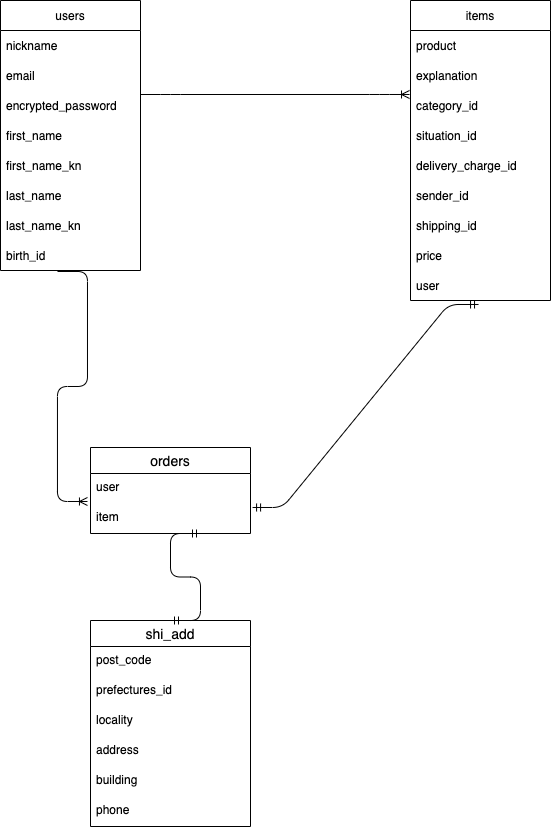
Above: furima.png in TAKUYA34/furima-38247 (draw.io), before the change. Source tidied: cells renumbered, new cells last; positions are measured from the earlier drawing's top-left corner, leaving out a move shared by most shapes. Its diagram source:
```xml
<mxGraphModel>
  <root>
    <mxCell id="0" />
    <mxCell id="1" parent="0" />
    <mxCell id="2" value="items" style="swimlane;fontStyle=0;horizontal=1;startSize=30;" parent="1" vertex="1">
      <mxGeometry x="410" width="140" height="300" as="geometry" />
    </mxCell>
    <mxCell id="3" value="product" style="text;strokeColor=none;fillColor=none;align=left;verticalAlign=middle;spacingLeft=4;spacingRight=4;overflow=hidden;" parent="2" vertex="1">
      <mxGeometry y="30" width="140" height="30" as="geometry" />
    </mxCell>
    <mxCell id="4" value="explanation" style="text;strokeColor=none;fillColor=none;align=left;verticalAlign=middle;spacingLeft=4;spacingRight=4;overflow=hidden;" parent="2" vertex="1">
      <mxGeometry y="60" width="140" height="30" as="geometry" />
    </mxCell>
    <mxCell id="5" value="category_id" style="text;strokeColor=none;fillColor=none;align=left;verticalAlign=middle;spacingLeft=4;spacingRight=4;overflow=hidden;points=[[0,0.5],[1,0.5]];portConstraint=eastwest;" parent="2" vertex="1">
      <mxGeometry y="90" width="140" height="30" as="geometry" />
    </mxCell>
    <mxCell id="6" value="situation_id" style="text;strokeColor=none;fillColor=none;align=left;verticalAlign=middle;spacingLeft=4;spacingRight=4;overflow=hidden;" parent="2" vertex="1">
      <mxGeometry y="120" width="140" height="30" as="geometry" />
    </mxCell>
    <mxCell id="7" value="delivery_charge_id" style="text;strokeColor=none;fillColor=none;align=left;verticalAlign=middle;spacingLeft=4;spacingRight=4;overflow=hidden;" parent="2" vertex="1">
      <mxGeometry y="150" width="140" height="30" as="geometry" />
    </mxCell>
    <mxCell id="8" value="sender_id" style="text;strokeColor=none;fillColor=none;align=left;verticalAlign=middle;spacingLeft=4;spacingRight=4;overflow=hidden;" parent="2" vertex="1">
      <mxGeometry y="180" width="140" height="30" as="geometry" />
    </mxCell>
    <mxCell id="9" value="shipping_id" style="text;strokeColor=none;fillColor=none;align=left;verticalAlign=middle;spacingLeft=4;spacingRight=4;overflow=hidden;" parent="2" vertex="1">
      <mxGeometry y="210" width="140" height="30" as="geometry" />
    </mxCell>
    <mxCell id="10" value="price" style="text;strokeColor=none;fillColor=none;align=left;verticalAlign=middle;spacingLeft=4;spacingRight=4;overflow=hidden;" parent="2" vertex="1">
      <mxGeometry y="240" width="140" height="30" as="geometry" />
    </mxCell>
    <mxCell id="11" value="user" style="text;strokeColor=none;fillColor=none;align=left;verticalAlign=middle;spacingLeft=4;spacingRight=4;overflow=hidden;points=[[0,0.5],[1,0.5]];portConstraint=eastwest;" parent="2" vertex="1">
      <mxGeometry y="270" width="140" height="30" as="geometry" />
    </mxCell>
    <mxCell id="12" value="users" style="swimlane;fontStyle=0;horizontal=1;startSize=30;" parent="1" vertex="1">
      <mxGeometry width="140" height="270" as="geometry" />
    </mxCell>
    <mxCell id="13" value="nickname" style="text;strokeColor=none;fillColor=none;align=left;verticalAlign=middle;spacingLeft=4;spacingRight=4;overflow=hidden;" parent="12" vertex="1">
      <mxGeometry y="30" width="140" height="30" as="geometry" />
    </mxCell>
    <mxCell id="14" value="email" style="text;strokeColor=none;fillColor=none;align=left;verticalAlign=middle;spacingLeft=4;spacingRight=4;overflow=hidden;" parent="12" vertex="1">
      <mxGeometry y="60" width="140" height="30" as="geometry" />
    </mxCell>
    <mxCell id="15" value="encrypted_password" style="text;strokeColor=none;fillColor=none;align=left;verticalAlign=middle;spacingLeft=4;spacingRight=4;overflow=hidden;" parent="12" vertex="1">
      <mxGeometry y="90" width="140" height="30" as="geometry" />
    </mxCell>
    <mxCell id="16" value="first_name" style="text;strokeColor=none;fillColor=none;align=left;verticalAlign=middle;spacingLeft=4;spacingRight=4;overflow=hidden;" parent="12" vertex="1">
      <mxGeometry y="120" width="140" height="30" as="geometry" />
    </mxCell>
    <mxCell id="17" value="first_name_kn" style="text;strokeColor=none;fillColor=none;align=left;verticalAlign=middle;spacingLeft=4;spacingRight=4;overflow=hidden;" parent="12" vertex="1">
      <mxGeometry y="150" width="140" height="30" as="geometry" />
    </mxCell>
    <mxCell id="18" value="last_name" style="text;strokeColor=none;fillColor=none;align=left;verticalAlign=middle;spacingLeft=4;spacingRight=4;overflow=hidden;" parent="12" vertex="1">
      <mxGeometry y="180" width="140" height="30" as="geometry" />
    </mxCell>
    <mxCell id="19" value="last_name_kn" style="text;strokeColor=none;fillColor=none;align=left;verticalAlign=middle;spacingLeft=4;spacingRight=4;overflow=hidden;" parent="12" vertex="1">
      <mxGeometry y="210" width="140" height="30" as="geometry" />
    </mxCell>
    <mxCell id="20" value="birth_id" style="text;strokeColor=none;fillColor=none;align=left;verticalAlign=middle;spacingLeft=4;spacingRight=4;overflow=hidden;points=[[0,0.5],[1,0.5]];portConstraint=eastwest;" parent="12" vertex="1">
      <mxGeometry y="240" width="140" height="30" as="geometry" />
    </mxCell>
    <mxCell id="21" style="edgeStyle=entityRelationEdgeStyle;fontSize=12;html=1;endArrow=ERoneToMany;entryX=-0.007;entryY=0.133;entryDx=0;entryDy=0;entryPerimeter=0;" parent="1" edge="1" target="5">
      <mxGeometry relative="1" as="geometry">
        <mxPoint x="140" y="94" as="sourcePoint" />
      </mxGeometry>
    </mxCell>
    <mxCell id="22" value="orders" style="swimlane;fontStyle=0;horizontal=1;startSize=26;align=center;fontSize=14;" parent="1" vertex="1">
      <mxGeometry x="90" y="447" width="160" height="86" as="geometry" />
    </mxCell>
    <mxCell id="23" value="user" style="text;strokeColor=none;fillColor=none;spacingLeft=4;spacingRight=4;overflow=hidden;fontSize=12;" parent="22" vertex="1">
      <mxGeometry y="26" width="160" height="30" as="geometry" />
    </mxCell>
    <mxCell id="24" value="item" style="text;strokeColor=none;fillColor=none;spacingLeft=4;spacingRight=4;overflow=hidden;points=[[0,0.5],[1,0.5]];portConstraint=eastwest;fontSize=12;" parent="22" vertex="1">
      <mxGeometry y="56" width="160" height="30" as="geometry" />
    </mxCell>
    <mxCell id="25" style="edgeStyle=entityRelationEdgeStyle;fontSize=12;html=1;endArrow=ERoneToMany;exitX=0.407;exitY=1.033;exitDx=0;exitDy=0;exitPerimeter=0;entryX=-0.019;entryY=-0.067;entryDx=0;entryDy=0;entryPerimeter=0;" parent="1" edge="1" source="20" target="24">
      <mxGeometry relative="1" as="geometry" />
    </mxCell>
    <mxCell id="26" style="edgeStyle=entityRelationEdgeStyle;fontSize=12;html=1;endArrow=ERmandOne;startArrow=ERmandOne;entryX=0.486;entryY=1.133;entryDx=0;entryDy=0;entryPerimeter=0;exitX=1.013;exitY=0.133;exitDx=0;exitDy=0;exitPerimeter=0;" parent="1" edge="1" source="24" target="11">
      <mxGeometry relative="1" as="geometry" />
    </mxCell>
    <mxCell id="27" value="shi_add" style="swimlane;fontStyle=0;horizontal=1;startSize=26;align=center;fontSize=14;" parent="1" vertex="1">
      <mxGeometry x="90" y="620" width="160" height="206" as="geometry" />
    </mxCell>
    <mxCell id="28" value="post_code" style="text;strokeColor=none;fillColor=none;spacingLeft=4;spacingRight=4;overflow=hidden;fontSize=12;" parent="27" vertex="1">
      <mxGeometry y="26" width="160" height="30" as="geometry" />
    </mxCell>
    <mxCell id="29" value="prefectures_id" style="text;strokeColor=none;fillColor=none;spacingLeft=4;spacingRight=4;overflow=hidden;fontSize=12;" parent="27" vertex="1">
      <mxGeometry y="56" width="160" height="30" as="geometry" />
    </mxCell>
    <mxCell id="30" value="locality" style="text;strokeColor=none;fillColor=none;spacingLeft=4;spacingRight=4;overflow=hidden;fontSize=12;" parent="27" vertex="1">
      <mxGeometry y="86" width="160" height="30" as="geometry" />
    </mxCell>
    <mxCell id="31" value="address" style="text;strokeColor=none;fillColor=none;spacingLeft=4;spacingRight=4;overflow=hidden;fontSize=12;" parent="27" vertex="1">
      <mxGeometry y="116" width="160" height="30" as="geometry" />
    </mxCell>
    <mxCell id="32" value="building" style="text;strokeColor=none;fillColor=none;spacingLeft=4;spacingRight=4;overflow=hidden;fontSize=12;" parent="27" vertex="1">
      <mxGeometry y="146" width="160" height="30" as="geometry" />
    </mxCell>
    <mxCell id="33" value="phone" style="text;strokeColor=none;fillColor=none;spacingLeft=4;spacingRight=4;overflow=hidden;fontSize=12;" parent="27" vertex="1">
      <mxGeometry y="176" width="160" height="30" as="geometry" />
    </mxCell>
    <mxCell id="34" style="edgeStyle=entityRelationEdgeStyle;fontSize=12;html=1;endArrow=ERmandOne;startArrow=ERmandOne;exitX=0.5;exitY=0;exitDx=0;exitDy=0;" parent="1" edge="1" source="27">
      <mxGeometry relative="1" as="geometry">
        <mxPoint x="200" y="533" as="targetPoint" />
      </mxGeometry>
    </mxCell>
  </root>
</mxGraphModel>
```
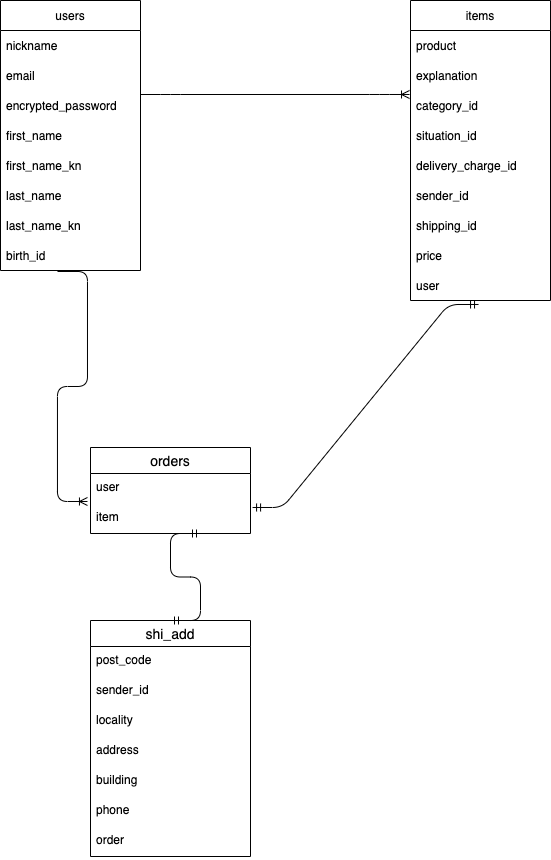
After the change.

Diff of the diagram source:
```diff
@@ -80,12 +80,12 @@
       <mxGeometry relative="1" as="geometry" />
     </mxCell>
     <mxCell id="27" value="shi_add" style="swimlane;fontStyle=0;horizontal=1;startSize=26;align=center;fontSize=14;" parent="1" vertex="1">
-      <mxGeometry x="90" y="620" width="160" height="206" as="geometry" />
+      <mxGeometry x="90" y="620" width="160" height="236" as="geometry" />
     </mxCell>
     <mxCell id="28" value="post_code" style="text;strokeColor=none;fillColor=none;spacingLeft=4;spacingRight=4;overflow=hidden;fontSize=12;" parent="27" vertex="1">
       <mxGeometry y="26" width="160" height="30" as="geometry" />
     </mxCell>
-    <mxCell id="29" value="prefectures_id" style="text;strokeColor=none;fillColor=none;spacingLeft=4;spacingRight=4;overflow=hidden;fontSize=12;" parent="27" vertex="1">
+    <mxCell id="29" value="sender_id" style="text;strokeColor=none;fillColor=none;spacingLeft=4;spacingRight=4;overflow=hidden;fontSize=12;" parent="27" vertex="1">
       <mxGeometry y="56" width="160" height="30" as="geometry" />
     </mxCell>
     <mxCell id="30" value="locality" style="text;strokeColor=none;fillColor=none;spacingLeft=4;spacingRight=4;overflow=hidden;fontSize=12;" parent="27" vertex="1">
@@ -97,8 +97,11 @@
     <mxCell id="32" value="building" style="text;strokeColor=none;fillColor=none;spacingLeft=4;spacingRight=4;overflow=hidden;fontSize=12;" parent="27" vertex="1">
       <mxGeometry y="146" width="160" height="30" as="geometry" />
     </mxCell>
+    <mxCell id="35" value="phone" style="text;strokeColor=none;fillColor=none;spacingLeft=4;spacingRight=4;overflow=hidden;fontSize=12;" parent="27" vertex="1">
+      <mxGeometry y="176" width="160" height="30" as="geometry" />
+    </mxCell>
-    <mxCell id="33" value="phone" style="text;strokeColor=none;fillColor=none;spacingLeft=4;spacingRight=4;overflow=hidden;fontSize=12;" parent="27" vertex="1">
-      <mxGeometry y="176" width="160" height="30" as="geometry" />
+    <mxCell id="33" value="order" style="text;strokeColor=none;fillColor=none;spacingLeft=4;spacingRight=4;overflow=hidden;fontSize=12;" parent="27" vertex="1">
+      <mxGeometry y="206" width="160" height="30" as="geometry" />
     </mxCell>
     <mxCell id="34" style="edgeStyle=entityRelationEdgeStyle;fontSize=12;html=1;endArrow=ERmandOne;startArrow=ERmandOne;exitX=0.5;exitY=0;exitDx=0;exitDy=0;" parent="1" edge="1" source="27">
       <mxGeometry relative="1" as="geometry">
```
